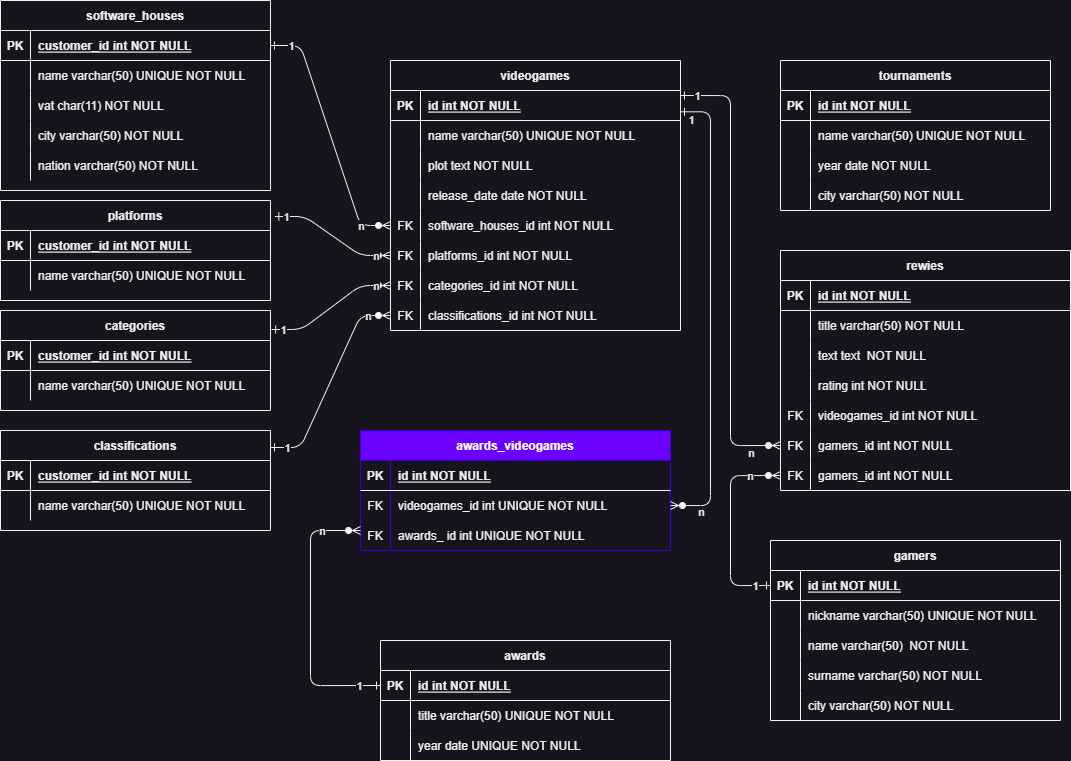
Mattia-Fasulo/db-videogames keeps this draw.io diagram as db-videogames.drawio.png. Above is the earlier version. Source tidied: cells renumbered, new cells last; positions are measured from the earlier drawing's top-left corner, leaving out a move shared by most shapes.
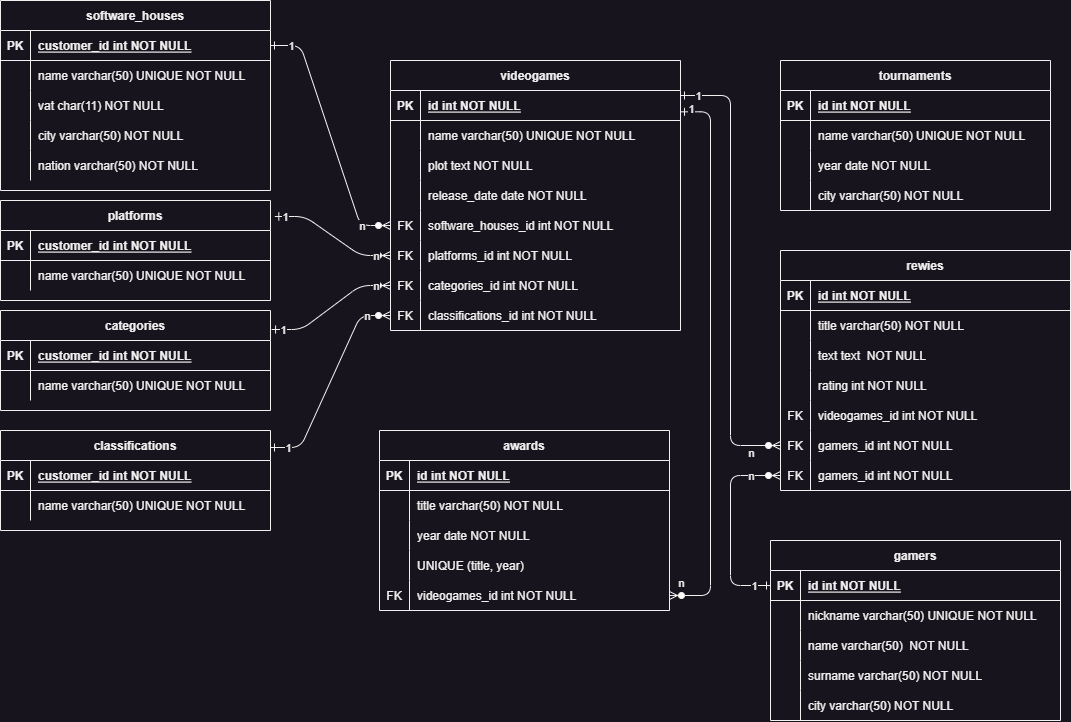
The same file after the commit.

The edit, as a diff of the source:
```diff
@@ -413,7 +413,7 @@
       </mxGeometry>
     </mxCell>
     <mxCell id="133" value="awards" style="shape=table;startSize=30;rowLines=0;fontStyle=1;align=center;" parent="1" vertex="1">
-      <mxGeometry x="380" y="640" width="290" height="120" as="geometry" />
+      <mxGeometry x="379" y="430" width="290" height="180" as="geometry" />
     </mxCell>
     <mxCell id="134" style="shape=partialRectangle;fillColor=none;points=[[0,0.5],[1,0.5]];portConstraint=eastwest;top=0;left=0;right=0;bottom=1;" parent="133" vertex="1">
       <mxGeometry y="30" width="290" height="30" as="geometry" />
@@ -430,7 +430,7 @@
     <mxCell id="138" style="shape=partialRectangle;overflow=hidden;fillColor=none;top=0;left=0;bottom=0;right=0;" parent="137" vertex="1">
       <mxGeometry width="30" height="30" as="geometry" />
     </mxCell>
-    <mxCell id="139" value="title varchar(50) UNIQUE NOT NULL" style="shape=partialRectangle;overflow=hidden;fillColor=none;top=0;left=0;bottom=0;right=0;align=left;spacingLeft=6;" parent="137" vertex="1">
+    <mxCell id="139" value="title varchar(50) NOT NULL" style="shape=partialRectangle;overflow=hidden;fillColor=none;top=0;left=0;bottom=0;right=0;align=left;spacingLeft=6;" parent="137" vertex="1">
       <mxGeometry x="30" width="260" height="30" as="geometry" />
     </mxCell>
     <mxCell id="140" style="shape=partialRectangle;fillColor=none;top=0;left=0;right=0;bottom=0;" parent="133" vertex="1">
@@ -439,73 +439,44 @@
     <mxCell id="141" style="shape=partialRectangle;overflow=hidden;fillColor=none;top=0;left=0;bottom=0;right=0;" parent="140" vertex="1">
       <mxGeometry width="30" height="30" as="geometry" />
     </mxCell>
-    <mxCell id="142" value="year date UNIQUE NOT NULL" style="shape=partialRectangle;overflow=hidden;fillColor=none;top=0;left=0;bottom=0;right=0;align=left;spacingLeft=6;" parent="140" vertex="1">
+    <mxCell id="142" value="year date NOT NULL" style="shape=partialRectangle;overflow=hidden;fillColor=none;top=0;left=0;bottom=0;right=0;align=left;spacingLeft=6;" parent="140" vertex="1">
       <mxGeometry x="30" width="260" height="30" as="geometry" />
     </mxCell>
-    <mxCell id="143" value="awards_videogames" style="shape=table;startSize=30;rowLines=0;fontStyle=1;align=center;fillColor=#6a00ff;fontColor=#ffffff;strokeColor=#3700CC;" parent="1" vertex="1">
-      <mxGeometry x="360" y="430" width="310" height="120" as="geometry" />
-    </mxCell>
-    <mxCell id="144" style="shape=partialRectangle;fillColor=none;top=0;left=0;right=0;bottom=1;" parent="143" vertex="1">
-      <mxGeometry y="30" width="310" height="30" as="geometry" />
-    </mxCell>
-    <mxCell id="145" value="PK" style="shape=partialRectangle;overflow=hidden;fillColor=none;top=0;left=0;bottom=0;right=0;fontStyle=1;" parent="144" vertex="1">
-      <mxGeometry width="30" height="30" as="geometry" />
-    </mxCell>
-    <mxCell id="146" value="id int NOT NULL " style="shape=partialRectangle;overflow=hidden;fillColor=none;top=0;left=0;bottom=0;right=0;align=left;spacingLeft=6;fontStyle=5;" parent="144" vertex="1">
-      <mxGeometry x="30" width="280" height="30" as="geometry" />
-    </mxCell>
-    <mxCell id="147" style="shape=partialRectangle;fillColor=none;points=[[0,0.5],[1,0.5]];portConstraint=eastwest;top=0;left=0;right=0;bottom=0;" parent="143" vertex="1">
-      <mxGeometry y="60" width="310" height="30" as="geometry" />
-    </mxCell>
-    <mxCell id="148" value="FK" style="shape=partialRectangle;overflow=hidden;fillColor=none;top=0;left=0;bottom=0;right=0;" parent="147" vertex="1">
-      <mxGeometry width="30" height="30" as="geometry" />
-    </mxCell>
-    <mxCell id="149" value="videogames_id int UNIQUE NOT NULL" style="shape=partialRectangle;overflow=hidden;fillColor=none;top=0;left=0;bottom=0;right=0;align=left;spacingLeft=6;" parent="147" vertex="1">
-      <mxGeometry x="30" width="280" height="30" as="geometry" />
-    </mxCell>
-    <mxCell id="150" style="shape=partialRectangle;fillColor=none;top=0;left=0;right=0;bottom=0;" parent="143" vertex="1">
-      <mxGeometry y="90" width="310" height="30" as="geometry" />
-    </mxCell>
-    <mxCell id="151" value="FK" style="shape=partialRectangle;overflow=hidden;fillColor=none;top=0;left=0;bottom=0;right=0;" parent="150" vertex="1">
-      <mxGeometry width="30" height="30" as="geometry" />
-    </mxCell>
-    <mxCell id="152" value="awards_ id int UNIQUE NOT NULL" style="shape=partialRectangle;overflow=hidden;fillColor=none;top=0;left=0;bottom=0;right=0;align=left;spacingLeft=6;" parent="150" vertex="1">
-      <mxGeometry x="30" width="280" height="30" as="geometry" />
-    </mxCell>
+    <mxCell id="159" style="shape=partialRectangle;fillColor=none;top=0;left=0;right=0;bottom=0;" parent="133" vertex="1">
+      <mxGeometry y="120" width="290" height="30" as="geometry" />
+    </mxCell>
+    <mxCell id="160" style="shape=partialRectangle;overflow=hidden;fillColor=none;top=0;left=0;bottom=0;right=0;" parent="159" vertex="1">
+      <mxGeometry width="30" height="30" as="geometry" />
+    </mxCell>
+    <mxCell id="161" value="UNIQUE (title, year)" style="shape=partialRectangle;overflow=hidden;fillColor=none;top=0;left=0;bottom=0;right=0;align=left;spacingLeft=6;" parent="159" vertex="1">
+      <mxGeometry x="30" width="260" height="30" as="geometry" />
+    </mxCell>
+    <mxCell id="162" style="shape=partialRectangle;fillColor=none;points=[[0,0.5],[1,0.5]];portConstraint=eastwest;top=0;left=0;right=0;bottom=0;" parent="133" vertex="1">
+      <mxGeometry y="150" width="290" height="30" as="geometry" />
+    </mxCell>
+    <mxCell id="163" value="FK" style="shape=partialRectangle;overflow=hidden;fillColor=none;top=0;left=0;bottom=0;right=0;" parent="162" vertex="1">
+      <mxGeometry width="30" height="30" as="geometry" />
+    </mxCell>
+    <mxCell id="164" value="videogames_id int NOT NULL" style="shape=partialRectangle;overflow=hidden;fillColor=none;top=0;left=0;bottom=0;right=0;align=left;spacingLeft=6;" parent="162" vertex="1">
+      <mxGeometry x="30" width="260" height="30" as="geometry" />
+    </mxCell>
-    <mxCell id="153" style="edgeStyle=orthogonalEdgeStyle;endArrow=ERzeroToMany;startArrow=ERone;endFill=1;startFill=0;endSize=6;entryX=1;entryY=0.5;entryDx=0;entryDy=0;exitX=1;exitY=0.711;exitDx=0;exitDy=0;exitPerimeter=0;" parent="1" edge="1" source="6" target="147">
+    <mxCell id="153" style="edgeStyle=orthogonalEdgeStyle;endArrow=ERzeroToMany;startArrow=ERone;endFill=1;startFill=0;endSize=6;entryX=1;entryY=0.5;entryDx=0;entryDy=0;exitX=1;exitY=0.711;exitDx=0;exitDy=0;exitPerimeter=0;" parent="1" edge="1" source="6" target="162">
       <mxGeometry relative="1" as="geometry">
         <Array as="points">
           <mxPoint x="710" y="111" />
-          <mxPoint x="710" y="505" />
+          <mxPoint x="710" y="595" />
         </Array>
       </mxGeometry>
     </mxCell>
     <mxCell id="154" value="1" style="edgeLabel;html=1;align=center;verticalAlign=middle;" parent="153" vertex="1">
       <mxGeometry x="-0.83" relative="1" as="geometry">
-        <mxPoint x="-20" as="offset" />
+        <mxPoint x="-20" y="-19" as="offset" />
       </mxGeometry>
     </mxCell>
     <mxCell id="155" value="n" style="edgeLabel;html=1;align=center;verticalAlign=middle;" parent="153" vertex="1">
       <mxGeometry x="0.77" relative="1" as="geometry">
-        <mxPoint x="-10" y="19" as="offset" />
+        <mxPoint x="-30" y="11" as="offset" />
       </mxGeometry>
     </mxCell>
-    <mxCell id="156" style="edgeStyle=orthogonalEdgeStyle;endArrow=ERzeroToMany;startArrow=ERone;endFill=1;startFill=0;endSize=6;exitX=0;exitY=0.5;exitDx=0;exitDy=0;entryX=0;entryY=0.5;entryDx=0;entryDy=0;" parent="1" edge="1" source="134">
-      <mxGeometry relative="1" as="geometry">
-        <mxPoint x="360" y="530" as="targetPoint" />
-        <Array as="points">
-          <mxPoint x="310" y="685" />
-          <mxPoint x="310" y="530" />
-        </Array>
-      </mxGeometry>
-    </mxCell>
-    <mxCell id="157" value="1" style="edgeLabel;html=1;align=center;verticalAlign=middle;" parent="156" vertex="1">
-      <mxGeometry x="-0.83" relative="1" as="geometry" />
-    </mxCell>
-    <mxCell id="158" value="n" style="edgeLabel;html=1;align=center;verticalAlign=middle;" parent="156" vertex="1">
-      <mxGeometry x="0.77" relative="1" as="geometry">
-        <mxPoint x="-7" as="offset" />
-      </mxGeometry>
-    </mxCell>
   </root>
 </mxGraphModel>
```
